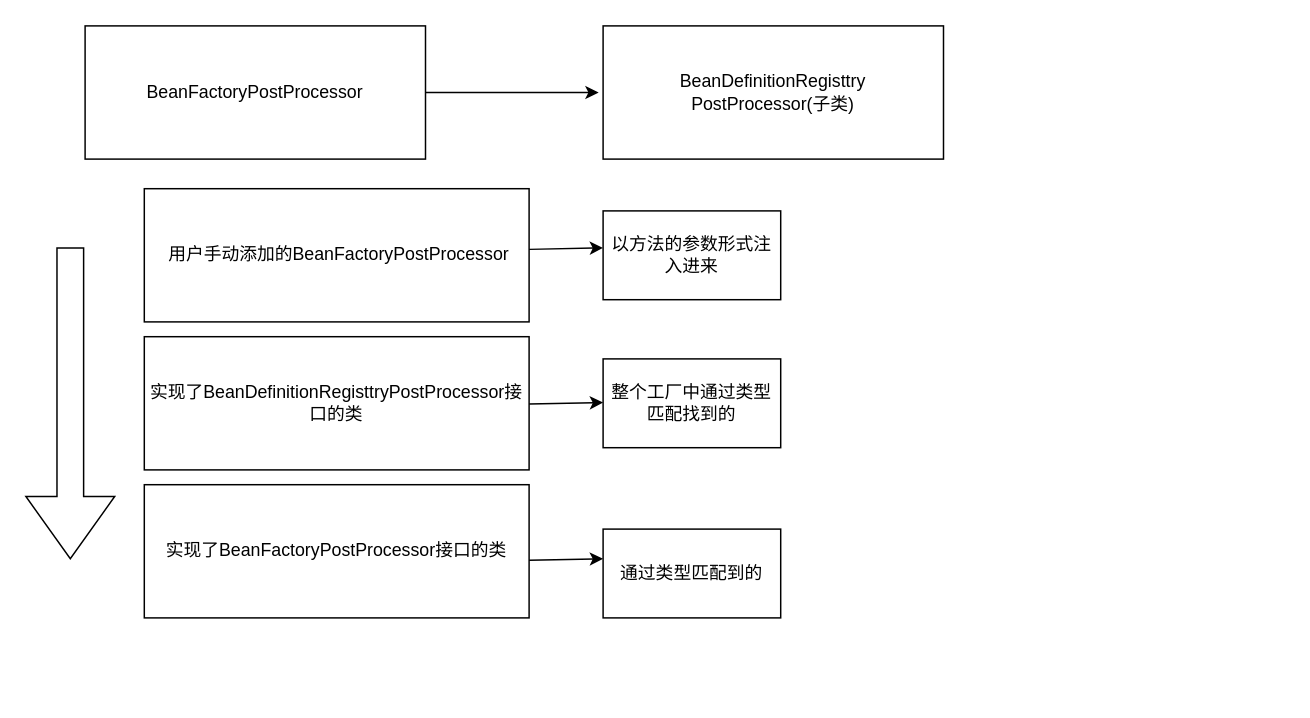
The draw.io diagram spring的BeanFactoryPostProcessor的执行.drawio in huangkemingyyds/drawing, before the edit. Source tidied: cells renumbered, new cells numbered last; positions are measured from the earlier drawing's top-left corner, leaving out a move shared by most shapes. Both pictures are drawn from the tidied source at 148%, with x=0, y=0 at pixel (25, 25).
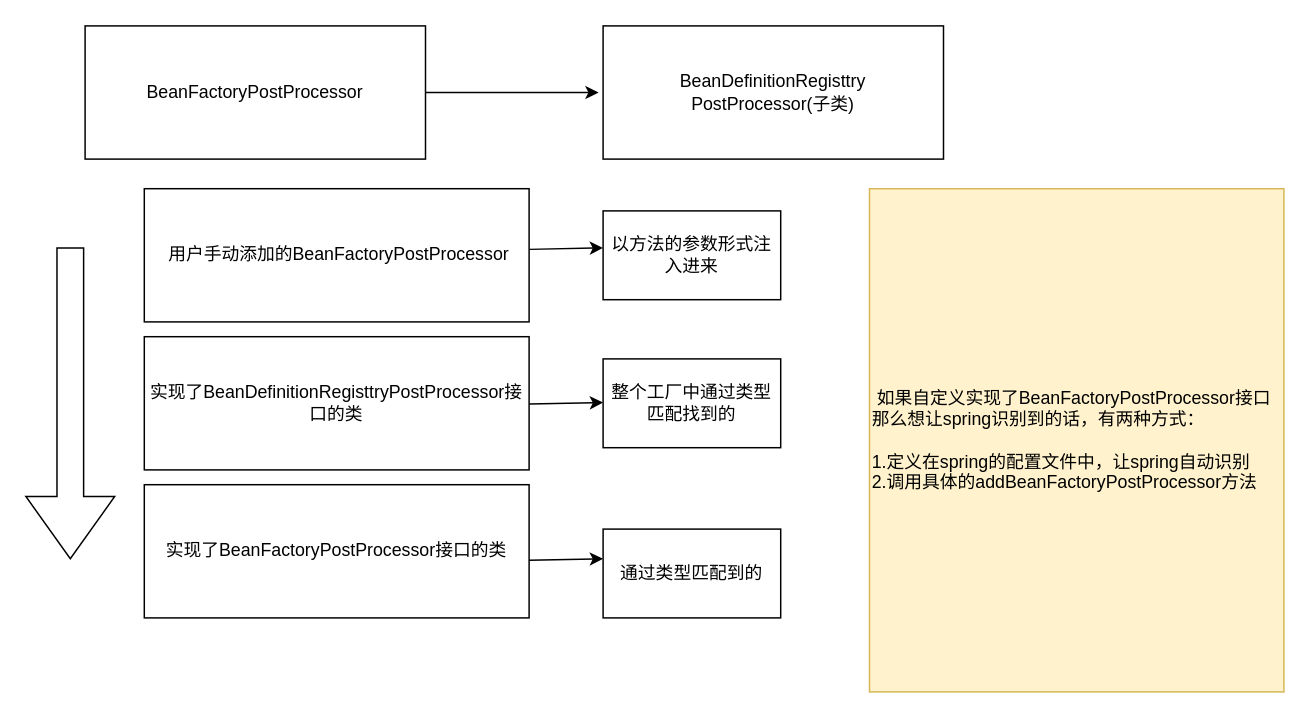
Above is the later version.

Commit message (it also covers changes not shown here):
更新spring的BeanFactoryPostProcessor的执行.drawio

Change to the diagram source:
```diff
@@
 <mxGraphModel>
   <root>
     <mxCell id="0" />
     <mxCell id="1" parent="0" />
     <mxCell id="2" value="BeanFactoryPostProcessor" style="rounded=0;whiteSpace=wrap;html=1;" parent="1" vertex="1">
       <mxGeometry x="40" width="230" height="90" as="geometry" />
     </mxCell>
     <mxCell id="3" value="BeanDefinitionRegisttry&lt;br&gt;PostProcessor(子类)" style="rounded=0;whiteSpace=wrap;html=1;" parent="1" vertex="1">
       <mxGeometry x="390" width="230" height="90" as="geometry" />
     </mxCell>
     <mxCell id="4" style="endArrow=classic;html=1;rounded=0;entryX=-0.019;entryY=0.162;entryDx=0;entryDy=0;entryPerimeter=0;" parent="1" edge="1" source="2">
       <mxGeometry relative="1" as="geometry">
         <mxPoint x="387" y="45" as="targetPoint" />
       </mxGeometry>
     </mxCell>
     <mxCell id="5" style="shape=singleArrow;direction=south;whiteSpace=wrap;html=1;" parent="1" vertex="1">
       <mxGeometry y="150" width="60" height="210" as="geometry" />
     </mxCell>
     <mxCell id="6" value="&amp;nbsp;用户手动添加的BeanFactoryPostProcessor" style="rounded=0;whiteSpace=wrap;html=1;" parent="1" vertex="1">
       <mxGeometry x="80" y="110" width="260" height="90" as="geometry" />
     </mxCell>
     <mxCell id="7" value="实现了BeanDefinitionRegisttryPostProcessor接口的类" style="rounded=0;whiteSpace=wrap;html=1;" parent="1" vertex="1">
       <mxGeometry x="80" y="210" width="260" height="90" as="geometry" />
     </mxCell>
     <mxCell id="8" value="实现了BeanFactoryPostProcessor接口的类" style="rounded=0;whiteSpace=wrap;html=1;" parent="1" vertex="1">
       <mxGeometry x="80" y="310" width="260" height="90" as="geometry" />
     </mxCell>
     <mxCell id="9" value="以方法的参数形式注入进来" style="rounded=0;whiteSpace=wrap;html=1;" parent="1" vertex="1">
       <mxGeometry x="390" y="125" width="120" height="60" as="geometry" />
     </mxCell>
     <mxCell id="10" value="整个工厂中通过类型匹配找到的" style="rounded=0;whiteSpace=wrap;html=1;" parent="1" vertex="1">
       <mxGeometry x="390" y="225" width="120" height="60" as="geometry" />
     </mxCell>
     <mxCell id="11" value="通过类型匹配到的" style="rounded=0;whiteSpace=wrap;html=1;" parent="1" vertex="1">
       <mxGeometry x="390" y="340" width="120" height="60" as="geometry" />
     </mxCell>
     <mxCell id="12" style="endArrow=classic;html=1;rounded=0;" parent="1" edge="1">
       <mxGeometry relative="1" as="geometry">
         <mxPoint x="340" y="151" as="sourcePoint" />
         <mxPoint x="390" y="150" as="targetPoint" />
       </mxGeometry>
     </mxCell>
     <mxCell id="13" style="endArrow=classic;html=1;rounded=0;" parent="1" edge="1">
       <mxGeometry relative="1" as="geometry">
         <mxPoint x="340" y="255.5" as="sourcePoint" />
         <mxPoint x="390" y="254.5" as="targetPoint" />
       </mxGeometry>
     </mxCell>
     <mxCell id="14" style="endArrow=classic;html=1;rounded=0;" parent="1" edge="1">
       <mxGeometry relative="1" as="geometry">
         <mxPoint x="340" y="361" as="sourcePoint" />
         <mxPoint x="390" y="360" as="targetPoint" />
       </mxGeometry>
     </mxCell>
+    <mxCell id="15" value="&amp;nbsp;如果自定义实现了BeanFactoryPostProcessor接口那么想让spring识别到的话，有两种方式：&lt;br&gt;&lt;br&gt;1.定义在spring的配置文件中，让spring自动识别&lt;br&gt;2.调用具体的addBeanFactoryPostProcessor方法" style="rounded=0;whiteSpace=wrap;html=1;fillColor=#fff2cc;strokeColor=#d6b656;align=left;labelPosition=center;verticalLabelPosition=middle;verticalAlign=middle;" parent="1" vertex="1">
+      <mxGeometry x="570" y="110" width="280" height="340" as="geometry" />
+    </mxCell>
   </root>
 </mxGraphModel>
```
